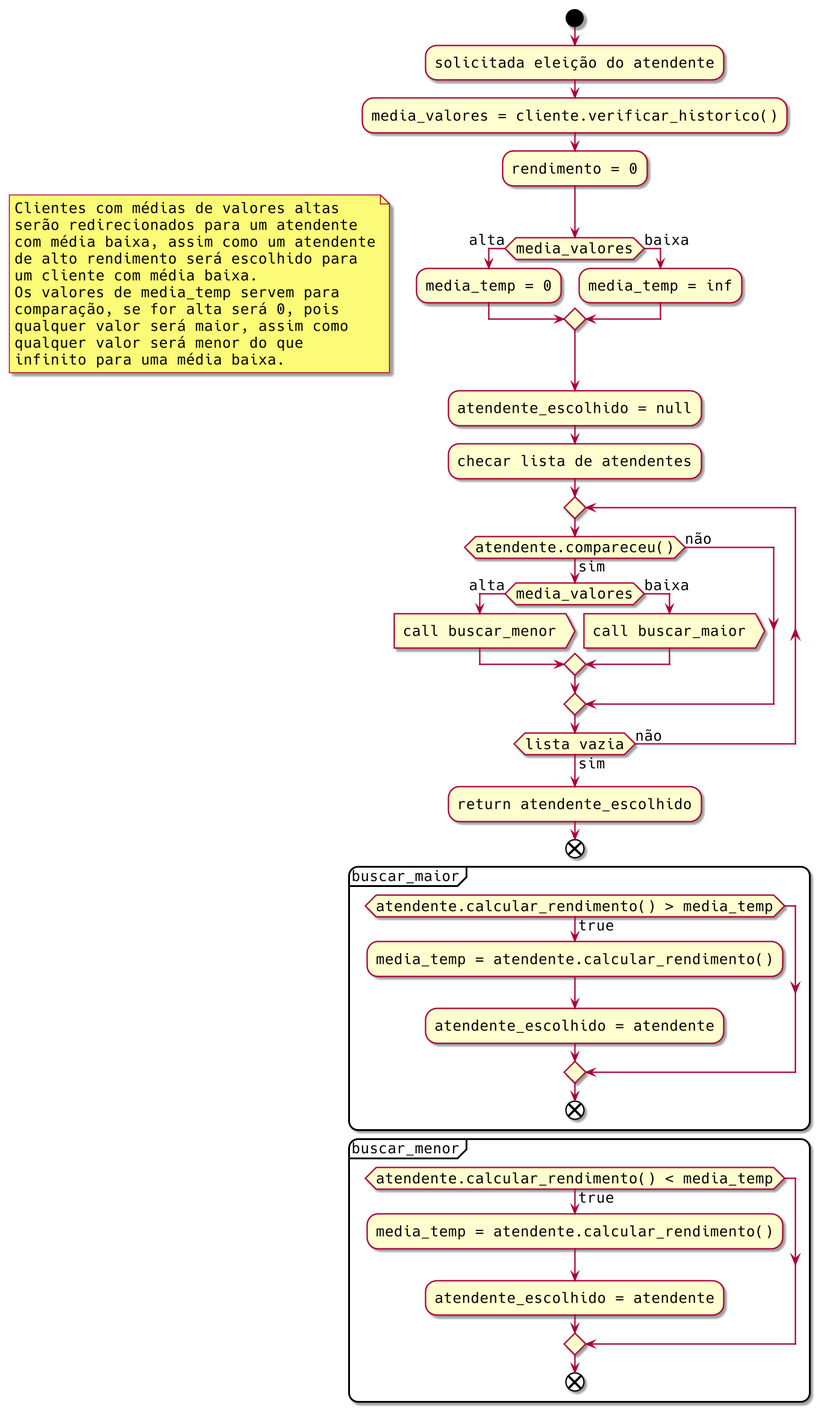
Before: images/activities_diagram_aten.png, a diagram exported from PlantUML (sociedade-do-pastel/vl).
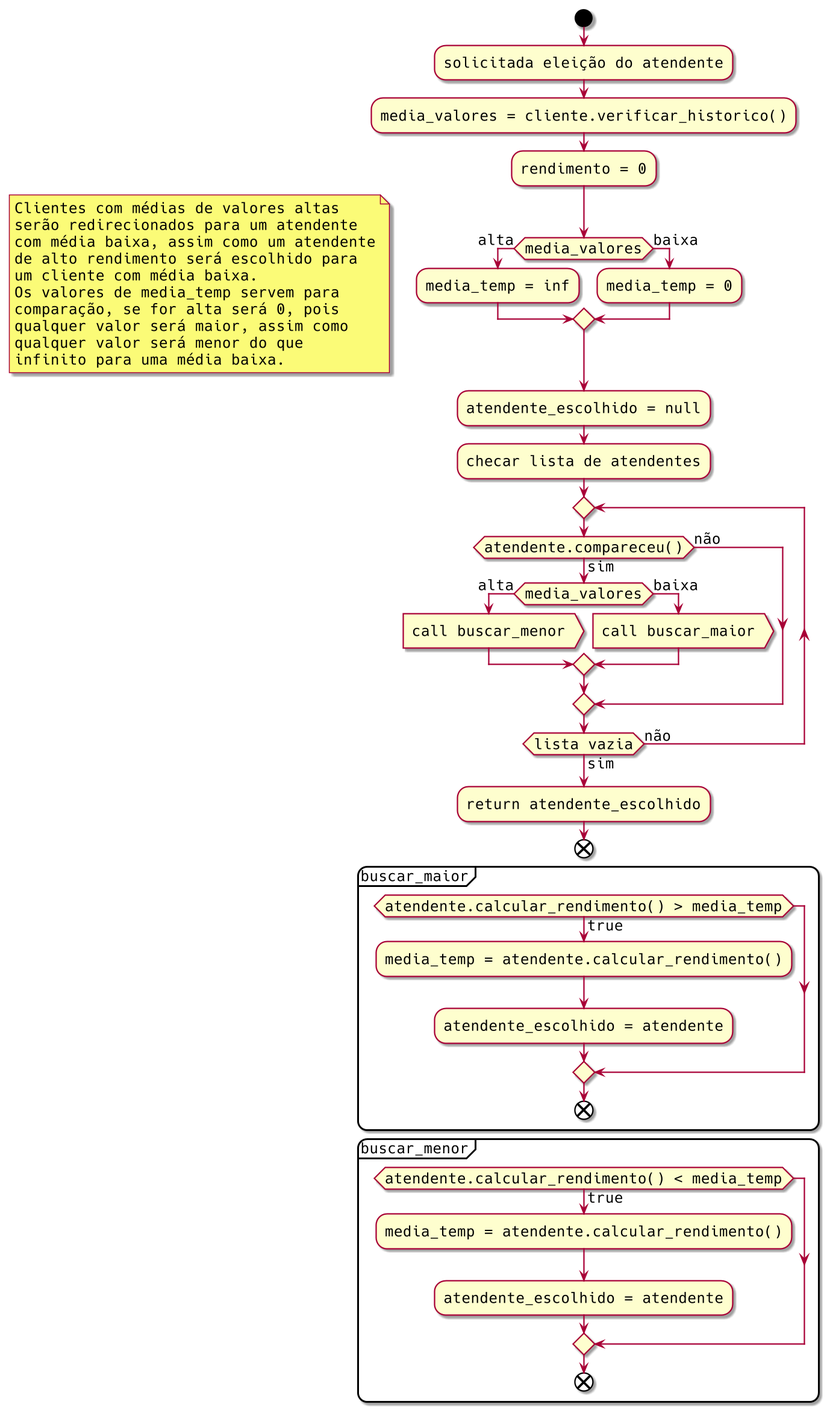
The same file after the commit.

Commit message:
Consertado atividade atendente

Diff of the diagram source:
```diff
@@ -1,64 +1,64 @@
 @startuml
-  scale 1.5
-  skinparam roundcorner 20
-  skinparam classAttributeIconSize 12
-  skinparam defaultFontSize 16
-  skinparam defaultFontName Hack
+      scale 1.5
+      skinparam roundcorner 20
+      skinparam classAttributeIconSize 12
+      skinparam defaultFontSize 16
+      skinparam defaultFontName Hack
 
-start
-:solicitada eleição do atendente;
-:media_valores = cliente.verificar_historico();
-:rendimento = 0;
+  start
+  :solicitada eleição do atendente;
+  :media_valores = cliente.verificar_historico();
+  :rendimento = 0;
 
-if (media_valores) then (alta)
+  if (media_valores) then (alta)
 
-note left
-Clientes com médias de valores altas
-serão redirecionados para um atendente
-com média baixa, assim como um atendente
-de alto rendimento será escolhido para
-um cliente com média baixa.
-Os valores de media_temp servem para
-comparação, se for alta será 0, pois
-qualquer valor será maior, assim como
-qualquer valor será menor do que
-infinito para uma média baixa.
-end note
+  note left
+  Clientes com médias de valores altas
+  serão redirecionados para um atendente
+  com média baixa, assim como um atendente
+  de alto rendimento será escolhido para
+  um cliente com média baixa.
+  Os valores de media_temp servem para
+  comparação, se for alta será 0, pois
+  qualquer valor será maior, assim como
+  qualquer valor será menor do que
+  infinito para uma média baixa.
+  end note
 
-    :media_temp = 0;
-else (baixa)
-    :media_temp = inf;
-endif
+      :media_temp = inf;
+  else (baixa)
+      :media_temp = 0;
+  endif
 
-:atendente_escolhido = null;
-:checar lista de atendentes;
+  :atendente_escolhido = null;
+  :checar lista de atendentes;
 
-repeat
-if (atendente.compareceu()) then (sim)
-   if (media_valores) then (alta)
-      :call buscar_menor>
-   else (baixa)
-      :call buscar_maior>
-   endif
-else (não)
-endif
-repeatwhile (lista vazia) is (não) not (sim)
-:return atendente_escolhido;
-end
+  repeat
+  if (atendente.compareceu()) then (sim)
+     if (media_valores) then (alta)
+        :call buscar_menor>
+     else (baixa)
+        :call buscar_maior>
+     endif
+  else (não)
+  endif
+  repeatwhile (lista vazia) is (não) not (sim)
+  :return atendente_escolhido;
+  end
 
-partition buscar_maior {
-    if (atendente.calcular_rendimento() > media_temp) then (true)
-        :media_temp = atendente.calcular_rendimento();
-        :atendente_escolhido = atendente;
-    endif
-    end
-}
+  partition buscar_maior {
+      if (atendente.calcular_rendimento() > media_temp) then (true)
+          :media_temp = atendente.calcular_rendimento();
+          :atendente_escolhido = atendente;
+      endif
+      end
+  }
 
-partition buscar_menor {
-    if (atendente.calcular_rendimento() < media_temp) then (true)
-        :media_temp = atendente.calcular_rendimento();
-        :atendente_escolhido = atendente;
-    endif
-    end
-}
+  partition buscar_menor {
+      if (atendente.calcular_rendimento() < media_temp) then (true)
+          :media_temp = atendente.calcular_rendimento();
+          :atendente_escolhido = atendente;
+      endif
+      end
+  }
 @enduml
```
